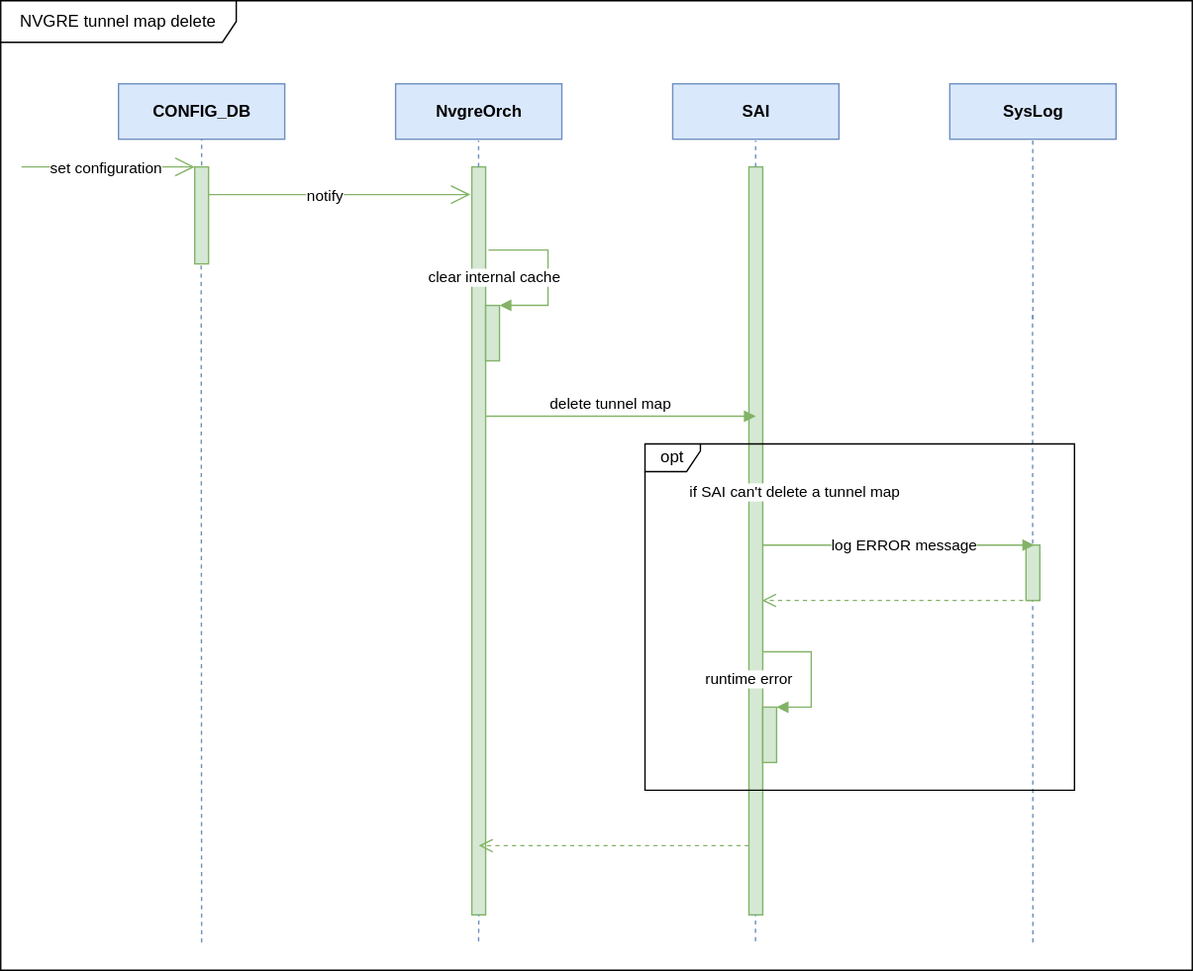
sonic-net/SONiC keeps this draw.io diagram as doc/nvgre_tunnel/images/nvgre_tunnel_map_delete_uml.svg. Above is the earlier version. Source tidied: cells renumbered, new cells last; positions are measured from the earlier drawing's top-left corner, leaving out a move shared by most shapes.
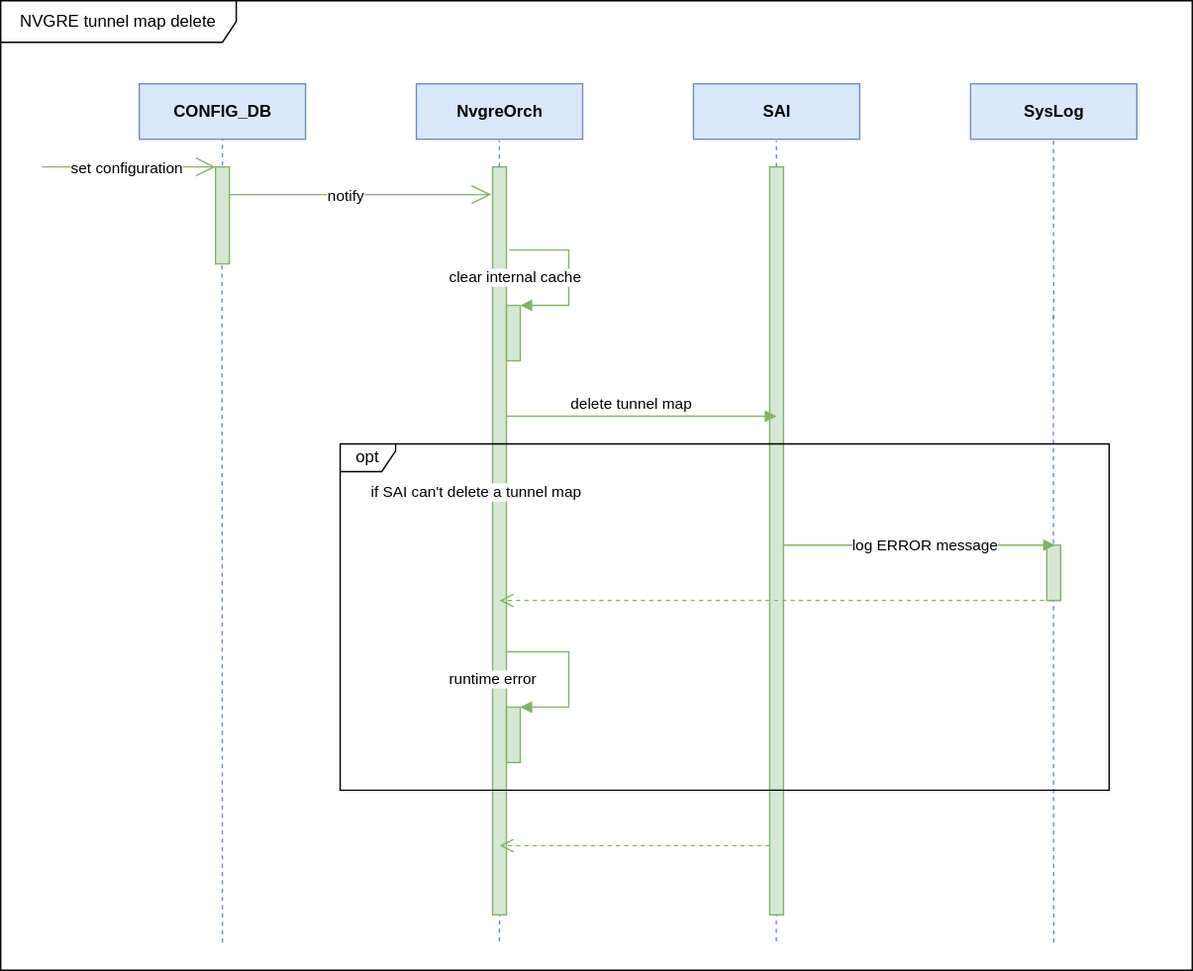
Above is the later version.

Diff of the diagram source:
```diff
@@ -96,7 +96,7 @@
       </mxGeometry>
     </mxCell>
     <mxCell id="21" value="NVGRE tunnel map delete" style="shape=umlFrame;whiteSpace=wrap;html=1;fillColor=#FFFFFF;width=170;height=30;" parent="1" vertex="1">
-      <mxGeometry width="860" height="700" as="geometry" />
+      <mxGeometry x="-15" width="860" height="700" as="geometry" />
     </mxCell>
     <mxCell id="22" style="html=1;points=[];perimeter=orthogonalPerimeter;fillColor=#d5e8d4;strokeColor=#82b366;" parent="1" vertex="1">
       <mxGeometry x="350" y="220" width="10" height="40" as="geometry" />
@@ -125,21 +125,20 @@
       </mxGeometry>
     </mxCell>
     <mxCell id="26" value="opt" style="shape=umlFrame;whiteSpace=wrap;html=1;width=40;height=20;fillColor=#FFFFFF;" parent="1" vertex="1">
-      <mxGeometry x="465" y="320" width="310" height="250" as="geometry" />
+      <mxGeometry x="230" y="320" width="555" height="250" as="geometry" />
     </mxCell>
     <mxCell id="27" style="html=1;perimeter=orthogonalPerimeter;fillColor=#d5e8d4;strokeColor=#82b366;" parent="1" vertex="1">
       <mxGeometry x="740" y="393" width="10" height="40" as="geometry" />
     </mxCell>
     <mxCell id="28" style="html=1;points=[];perimeter=orthogonalPerimeter;fillColor=#d5e8d4;strokeColor=#82b366;" parent="1" vertex="1">
-      <mxGeometry x="550" y="510" width="10" height="40" as="geometry" />
+      <mxGeometry x="350" y="510" width="10" height="40" as="geometry" />
     </mxCell>
-    <mxCell id="29" value="runtime error" style="edgeStyle=orthogonalEdgeStyle;html=1;align=left;spacingLeft=2;endArrow=block;rounded=0;entryX=1;entryY=0;fillColor=#d5e8d4;strokeColor=#82b366;" parent="1" edge="1" target="28">
-      <mxGeometry x="-1" y="-49" relative="1" as="geometry">
-        <mxPoint x="550" y="470" as="sourcePoint" />
+    <mxCell id="29" value="runtime error" style="edgeStyle=orthogonalEdgeStyle;html=1;align=left;spacingLeft=2;endArrow=block;rounded=0;entryX=1;entryY=0;fillColor=#d5e8d4;strokeColor=#82b366;exitX=1;exitY=0.646;exitDx=0;exitDy=0;exitPerimeter=0;" parent="1" edge="1" source="8" target="28">
+      <mxGeometry x="-0.98" y="-49" relative="1" as="geometry">
         <Array as="points">
-          <mxPoint x="585" y="470" />
-          <mxPoint x="585" y="510" />
-          <mxPoint x="560" y="510" />
+          <mxPoint x="350" y="470" />
+          <mxPoint x="395" y="470" />
+          <mxPoint x="395" y="510" />
         </Array>
         <mxPoint x="-45" y="-29" as="offset" />
       </mxGeometry>
@@ -156,11 +155,11 @@
     <mxCell id="31" style="html=1;verticalAlign=bottom;endArrow=open;dashed=1;endSize=8;shadow=0;fillColor=#d5e8d4;strokeColor=#82b366;" parent="1" edge="1">
       <mxGeometry relative="1" as="geometry">
         <mxPoint x="750" y="433" as="sourcePoint" />
-        <mxPoint x="549.5" y="433" as="targetPoint" />
+        <mxPoint x="345" y="433" as="targetPoint" />
       </mxGeometry>
     </mxCell>
     <mxCell id="32" value="if SAI can't delete a tunnel map" style="edgeLabel;html=1;align=center;verticalAlign=middle;" parent="1" vertex="1">
-      <mxGeometry x="620" y="140" as="geometry">
+      <mxGeometry x="375" y="140" as="geometry">
         <mxPoint x="-48" y="215" as="offset" />
       </mxGeometry>
     </mxCell>
```
